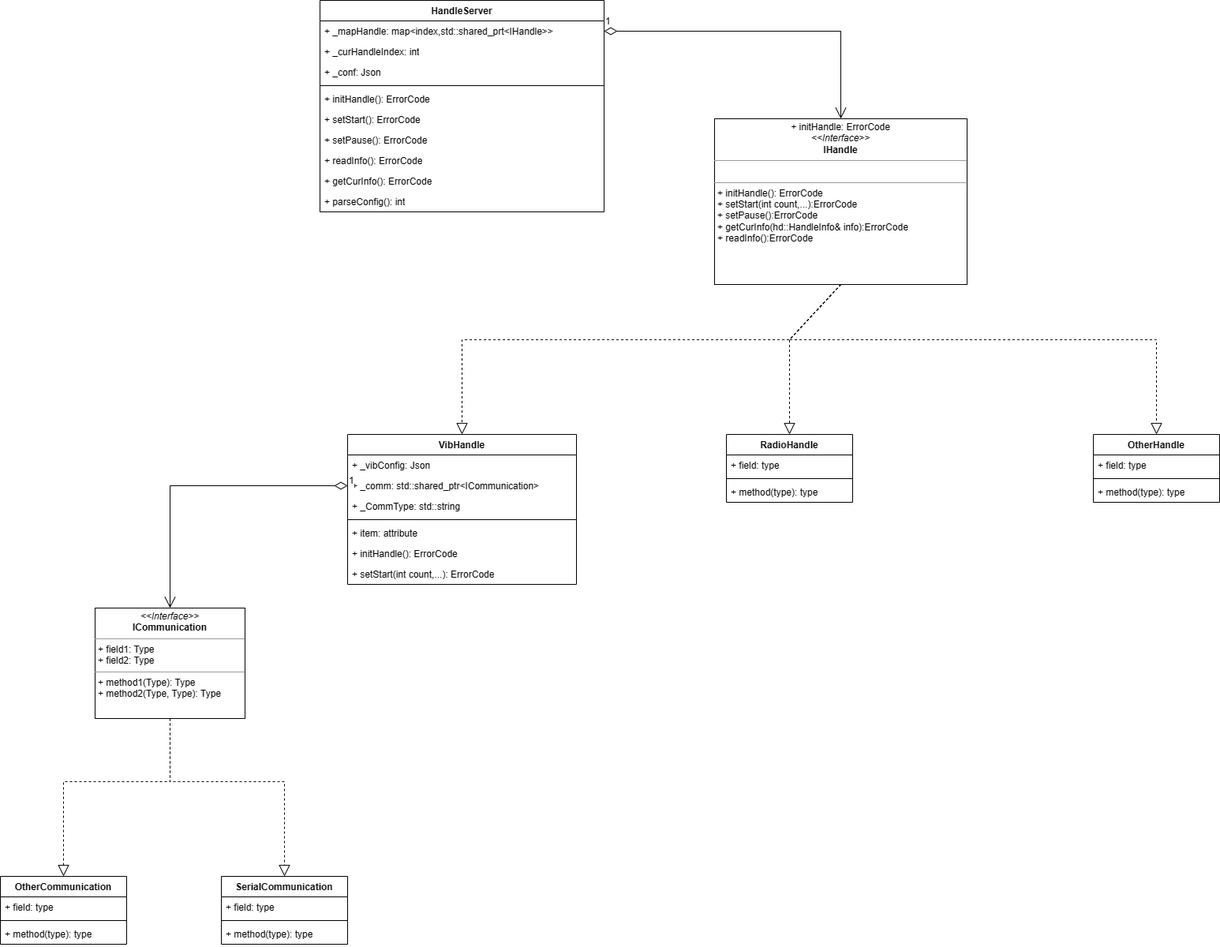
Above: 理疗/理疗.drawio.png in Durpe/Drawio (draw.io), before the change. Source tidied: cells renumbered, new cells last; positions are measured from the earlier drawing's top-left corner, leaving out a move shared by most shapes.
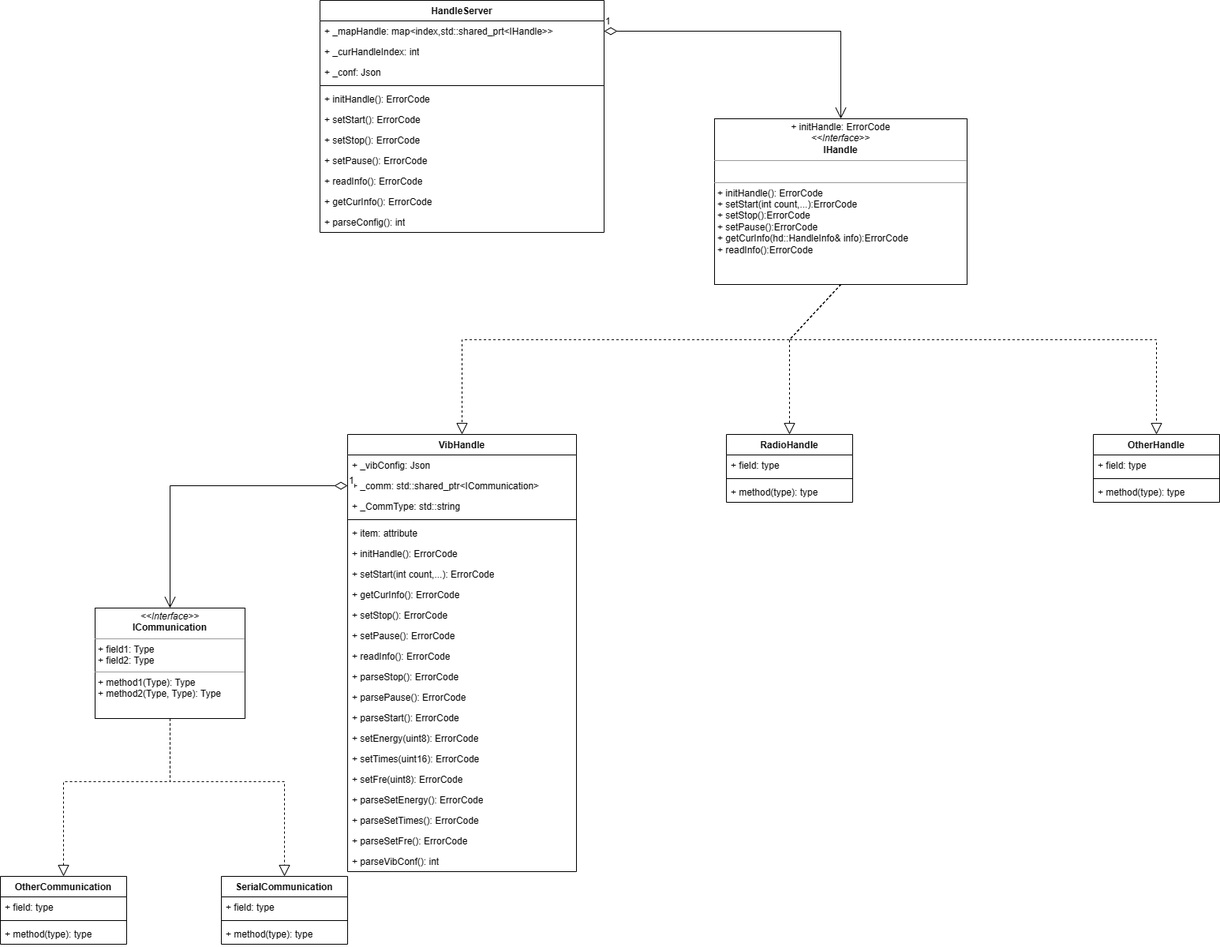
The same file after the commit.

What changed in the source:
```diff
@@ -2,11 +2,11 @@
   <root>
     <mxCell id="0" />
     <mxCell id="1" parent="0" />
-    <mxCell id="2" value="&lt;p style=&quot;margin:0px;margin-top:4px;text-align:center;&quot;&gt;+ initHandle: ErrorCode&lt;br&gt;&lt;i&gt;&amp;lt;&amp;lt;Interface&amp;gt;&amp;gt;&lt;/i&gt;&lt;br&gt;&lt;b&gt;IHandle&lt;/b&gt;&lt;/p&gt;&lt;hr size=&quot;1&quot;&gt;&lt;p style=&quot;margin:0px;margin-left:4px;&quot;&gt;&lt;br&gt;&lt;/p&gt;&lt;hr size=&quot;1&quot;&gt;&lt;p style=&quot;margin:0px;margin-left:4px;&quot;&gt;+ initHandle(): ErrorCode&lt;br&gt;+ setStart(int count,...):ErrorCode&lt;/p&gt;&lt;p style=&quot;margin:0px;margin-left:4px;&quot;&gt;+ setPause():ErrorCode&lt;/p&gt;&lt;p style=&quot;margin:0px;margin-left:4px;&quot;&gt;+&amp;nbsp;getCurInfo(hd::HandleInfo&amp;amp; info):ErrorCode&lt;/p&gt;&lt;p style=&quot;margin:0px;margin-left:4px;&quot;&gt;+&amp;nbsp;readInfo():ErrorCode&lt;/p&gt;" style="verticalAlign=top;align=left;overflow=fill;fontSize=12;fontFamily=Helvetica;html=1;whiteSpace=wrap;" parent="1" vertex="1">
+    <mxCell id="2" value="&lt;p style=&quot;margin:0px;margin-top:4px;text-align:center;&quot;&gt;+ initHandle: ErrorCode&lt;br&gt;&lt;i&gt;&amp;lt;&amp;lt;Interface&amp;gt;&amp;gt;&lt;/i&gt;&lt;br&gt;&lt;b&gt;IHandle&lt;/b&gt;&lt;/p&gt;&lt;hr size=&quot;1&quot;&gt;&lt;p style=&quot;margin:0px;margin-left:4px;&quot;&gt;&lt;br&gt;&lt;/p&gt;&lt;hr size=&quot;1&quot;&gt;&lt;p style=&quot;margin:0px;margin-left:4px;&quot;&gt;+ initHandle(): ErrorCode&lt;br&gt;+ setStart(int count,...):ErrorCode&lt;/p&gt;&lt;p style=&quot;margin:0px;margin-left:4px;&quot;&gt;+ setStop():ErrorCode&lt;/p&gt;&lt;p style=&quot;margin:0px;margin-left:4px;&quot;&gt;+ setPause():ErrorCode&lt;/p&gt;&lt;p style=&quot;margin:0px;margin-left:4px;&quot;&gt;+&amp;nbsp;getCurInfo(hd::HandleInfo&amp;amp; info):ErrorCode&lt;/p&gt;&lt;p style=&quot;margin:0px;margin-left:4px;&quot;&gt;+&amp;nbsp;readInfo():ErrorCode&lt;/p&gt;" style="verticalAlign=top;align=left;overflow=fill;fontSize=12;fontFamily=Helvetica;html=1;whiteSpace=wrap;" parent="1" vertex="1">
       <mxGeometry x="905" y="150" width="320" height="210" as="geometry" />
     </mxCell>
     <mxCell id="3" value="VibHandle" style="swimlane;fontStyle=1;align=center;verticalAlign=top;horizontal=1;startSize=26;whiteSpace=wrap;html=1;" parent="1" vertex="1">
-      <mxGeometry x="440" y="550" width="290" height="190" as="geometry" />
+      <mxGeometry x="440" y="550" width="290" height="554" as="geometry" />
     </mxCell>
     <mxCell id="4" value="+ _vibConfig: Json&amp;nbsp;" style="text;strokeColor=none;fillColor=none;align=left;verticalAlign=top;spacingLeft=4;spacingRight=4;overflow=hidden;whiteSpace=wrap;html=1;" parent="3" vertex="1">
       <mxGeometry y="26" width="290" height="26" as="geometry" />
@@ -29,6 +29,48 @@
     <mxCell id="10" value="+ setStart(int count,...): ErrorCode" style="text;strokeColor=none;fillColor=none;align=left;verticalAlign=top;spacingLeft=4;spacingRight=4;overflow=hidden;whiteSpace=wrap;html=1;" parent="3" vertex="1">
       <mxGeometry y="164" width="290" height="26" as="geometry" />
     </mxCell>
+    <mxCell id="46" value="+ getCurInfo(): ErrorCode" style="text;strokeColor=none;fillColor=none;align=left;verticalAlign=top;spacingLeft=4;spacingRight=4;overflow=hidden;whiteSpace=wrap;html=1;" parent="3" vertex="1">
+      <mxGeometry y="190" width="290" height="26" as="geometry" />
+    </mxCell>
+    <mxCell id="47" value="+ setStop(): ErrorCode" style="text;strokeColor=none;fillColor=none;align=left;verticalAlign=top;spacingLeft=4;spacingRight=4;overflow=hidden;whiteSpace=wrap;html=1;" parent="3" vertex="1">
+      <mxGeometry y="216" width="290" height="26" as="geometry" />
+    </mxCell>
+    <mxCell id="48" value="+ setPause(): ErrorCode&amp;nbsp;" style="text;strokeColor=none;fillColor=none;align=left;verticalAlign=top;spacingLeft=4;spacingRight=4;overflow=hidden;whiteSpace=wrap;html=1;" parent="3" vertex="1">
+      <mxGeometry y="242" width="290" height="26" as="geometry" />
+    </mxCell>
+    <mxCell id="49" value="+ readInfo(): ErrorCode" style="text;strokeColor=none;fillColor=none;align=left;verticalAlign=top;spacingLeft=4;spacingRight=4;overflow=hidden;whiteSpace=wrap;html=1;" parent="3" vertex="1">
+      <mxGeometry y="268" width="290" height="26" as="geometry" />
+    </mxCell>
+    <mxCell id="50" value="+ parseStop(): ErrorCode" style="text;strokeColor=none;fillColor=none;align=left;verticalAlign=top;spacingLeft=4;spacingRight=4;overflow=hidden;whiteSpace=wrap;html=1;" parent="3" vertex="1">
+      <mxGeometry y="294" width="290" height="26" as="geometry" />
+    </mxCell>
+    <mxCell id="51" value="+ parsePause(): ErrorCode" style="text;strokeColor=none;fillColor=none;align=left;verticalAlign=top;spacingLeft=4;spacingRight=4;overflow=hidden;whiteSpace=wrap;html=1;" parent="3" vertex="1">
+      <mxGeometry y="320" width="290" height="26" as="geometry" />
+    </mxCell>
+    <mxCell id="52" value="+ parseStart(): ErrorCode" style="text;strokeColor=none;fillColor=none;align=left;verticalAlign=top;spacingLeft=4;spacingRight=4;overflow=hidden;whiteSpace=wrap;html=1;" parent="3" vertex="1">
+      <mxGeometry y="346" width="290" height="26" as="geometry" />
+    </mxCell>
+    <mxCell id="53" value="+ setEnergy(uint8): ErrorCode" style="text;strokeColor=none;fillColor=none;align=left;verticalAlign=top;spacingLeft=4;spacingRight=4;overflow=hidden;whiteSpace=wrap;html=1;" parent="3" vertex="1">
+      <mxGeometry y="372" width="290" height="26" as="geometry" />
+    </mxCell>
+    <mxCell id="54" value="+ setTimes(uint16): ErrorCode" style="text;strokeColor=none;fillColor=none;align=left;verticalAlign=top;spacingLeft=4;spacingRight=4;overflow=hidden;whiteSpace=wrap;html=1;" parent="3" vertex="1">
+      <mxGeometry y="398" width="290" height="26" as="geometry" />
+    </mxCell>
+    <mxCell id="55" value="+ setFre(uint8): ErrorCode" style="text;strokeColor=none;fillColor=none;align=left;verticalAlign=top;spacingLeft=4;spacingRight=4;overflow=hidden;whiteSpace=wrap;html=1;" parent="3" vertex="1">
+      <mxGeometry y="424" width="290" height="26" as="geometry" />
+    </mxCell>
+    <mxCell id="56" value="+ parseSetEnergy(): ErrorCode" style="text;strokeColor=none;fillColor=none;align=left;verticalAlign=top;spacingLeft=4;spacingRight=4;overflow=hidden;whiteSpace=wrap;html=1;" parent="3" vertex="1">
+      <mxGeometry y="450" width="290" height="26" as="geometry" />
+    </mxCell>
+    <mxCell id="57" value="+ parseSetTimes(): ErrorCode" style="text;strokeColor=none;fillColor=none;align=left;verticalAlign=top;spacingLeft=4;spacingRight=4;overflow=hidden;whiteSpace=wrap;html=1;" parent="3" vertex="1">
+      <mxGeometry y="476" width="290" height="26" as="geometry" />
+    </mxCell>
+    <mxCell id="58" value="+ parseSetFre(): ErrorCode" style="text;strokeColor=none;fillColor=none;align=left;verticalAlign=top;spacingLeft=4;spacingRight=4;overflow=hidden;whiteSpace=wrap;html=1;" parent="3" vertex="1">
+      <mxGeometry y="502" width="290" height="26" as="geometry" />
+    </mxCell>
+    <mxCell id="59" value="+ parseVibConf(): int" style="text;strokeColor=none;fillColor=none;align=left;verticalAlign=top;spacingLeft=4;spacingRight=4;overflow=hidden;whiteSpace=wrap;html=1;" parent="3" vertex="1">
+      <mxGeometry y="528" width="290" height="26" as="geometry" />
+    </mxCell>
     <mxCell id="11" style="endArrow=block;dashed=1;endFill=0;endSize=12;html=1;rounded=0;exitX=0.5;exitY=1;exitDx=0;exitDy=0;entryX=0.5;entryY=0;entryDx=0;entryDy=0;" parent="1" edge="1" source="2" target="3">
       <mxGeometry relative="1" as="geometry">
         <Array as="points">
@@ -120,7 +162,7 @@
       </mxGeometry>
     </mxCell>
     <mxCell id="33" value="HandleServer" style="swimlane;fontStyle=1;align=center;verticalAlign=top;horizontal=1;startSize=26;whiteSpace=wrap;html=1;" parent="1" vertex="1">
-      <mxGeometry x="405" width="360" height="268" as="geometry" />
+      <mxGeometry x="405" width="360" height="294" as="geometry" />
     </mxCell>
     <mxCell id="34" value="+ _mapHandle: map&amp;lt;index,std::shared_prt&amp;lt;IHandle&amp;gt;&amp;gt;" style="text;strokeColor=none;fillColor=none;align=left;verticalAlign=top;spacingLeft=4;spacingRight=4;overflow=hidden;points=[[0,0.5],[1,0.5]];portConstraint=eastwest;whiteSpace=wrap;html=1;" parent="33" vertex="1">
       <mxGeometry y="26" width="360" height="26" as="geometry" />
@@ -140,17 +182,20 @@
     <mxCell id="39" value="+ setStart(): ErrorCode" style="text;strokeColor=none;fillColor=none;align=left;verticalAlign=top;spacingLeft=4;spacingRight=4;overflow=hidden;whiteSpace=wrap;html=1;" parent="33" vertex="1">
       <mxGeometry y="138" width="360" height="26" as="geometry" />
     </mxCell>
+    <mxCell id="60" value="+ setStop(): ErrorCode" style="text;strokeColor=none;fillColor=none;align=left;verticalAlign=top;spacingLeft=4;spacingRight=4;overflow=hidden;whiteSpace=wrap;html=1;" parent="33" vertex="1">
+      <mxGeometry y="164" width="360" height="26" as="geometry" />
+    </mxCell>
     <mxCell id="40" value="+ setPause(): ErrorCode&amp;nbsp;" style="text;strokeColor=none;fillColor=none;align=left;verticalAlign=top;spacingLeft=4;spacingRight=4;overflow=hidden;whiteSpace=wrap;html=1;" parent="33" vertex="1">
-      <mxGeometry y="164" width="360" height="26" as="geometry" />
+      <mxGeometry y="190" width="360" height="26" as="geometry" />
     </mxCell>
     <mxCell id="41" value="+ readInfo(): ErrorCode" style="text;strokeColor=none;fillColor=none;align=left;verticalAlign=top;spacingLeft=4;spacingRight=4;overflow=hidden;whiteSpace=wrap;html=1;" parent="33" vertex="1">
-      <mxGeometry y="190" width="360" height="26" as="geometry" />
+      <mxGeometry y="216" width="360" height="26" as="geometry" />
     </mxCell>
     <mxCell id="42" value="+ getCurInfo(): ErrorCode" style="text;strokeColor=none;fillColor=none;align=left;verticalAlign=top;spacingLeft=4;spacingRight=4;overflow=hidden;whiteSpace=wrap;html=1;" parent="33" vertex="1">
-      <mxGeometry y="216" width="360" height="26" as="geometry" />
+      <mxGeometry y="242" width="360" height="26" as="geometry" />
     </mxCell>
     <mxCell id="43" value="+ parseConfig(): int" style="text;strokeColor=none;fillColor=none;align=left;verticalAlign=top;spacingLeft=4;spacingRight=4;overflow=hidden;whiteSpace=wrap;html=1;" parent="33" vertex="1">
-      <mxGeometry y="242" width="360" height="26" as="geometry" />
+      <mxGeometry y="268" width="360" height="26" as="geometry" />
     </mxCell>
     <mxCell id="44" value="1" style="endArrow=open;html=1;endSize=12;startArrow=diamondThin;startSize=14;startFill=0;edgeStyle=orthogonalEdgeStyle;align=left;verticalAlign=bottom;rounded=0;exitX=1;exitY=0.5;exitDx=0;exitDy=0;entryX=0.5;entryY=0;entryDx=0;entryDy=0;" parent="1" edge="1" source="34" target="2">
       <mxGeometry x="-1" y="3" relative="1" as="geometry" />
```
